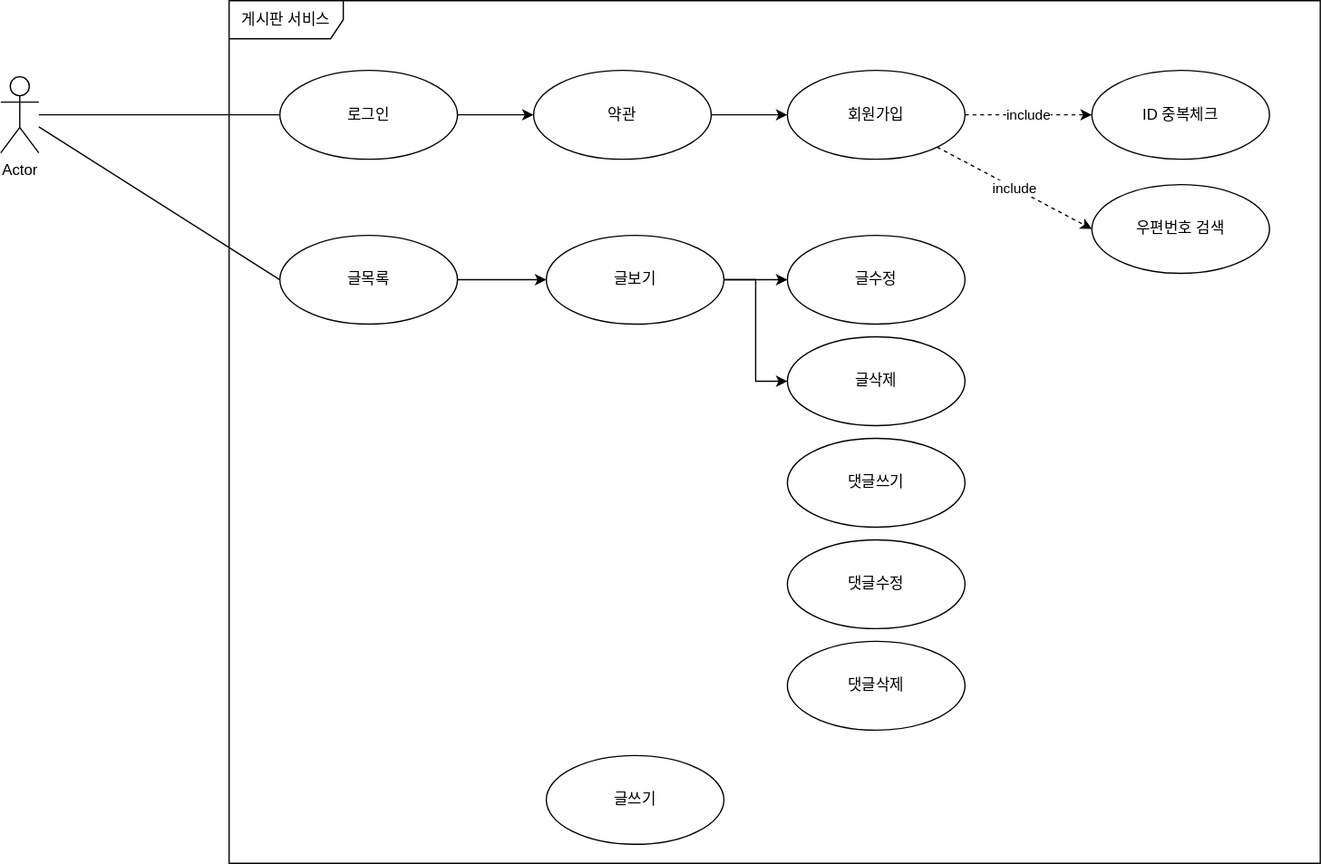
This is Jboard1/게시판 서비스.drawio.svg from kyoungjunkim/JSP, a draw.io export, as it was before one commit. Source tidied: cells renumbered, new cells last; positions are measured from the earlier drawing's top-left corner, leaving out a move shared by most shapes.
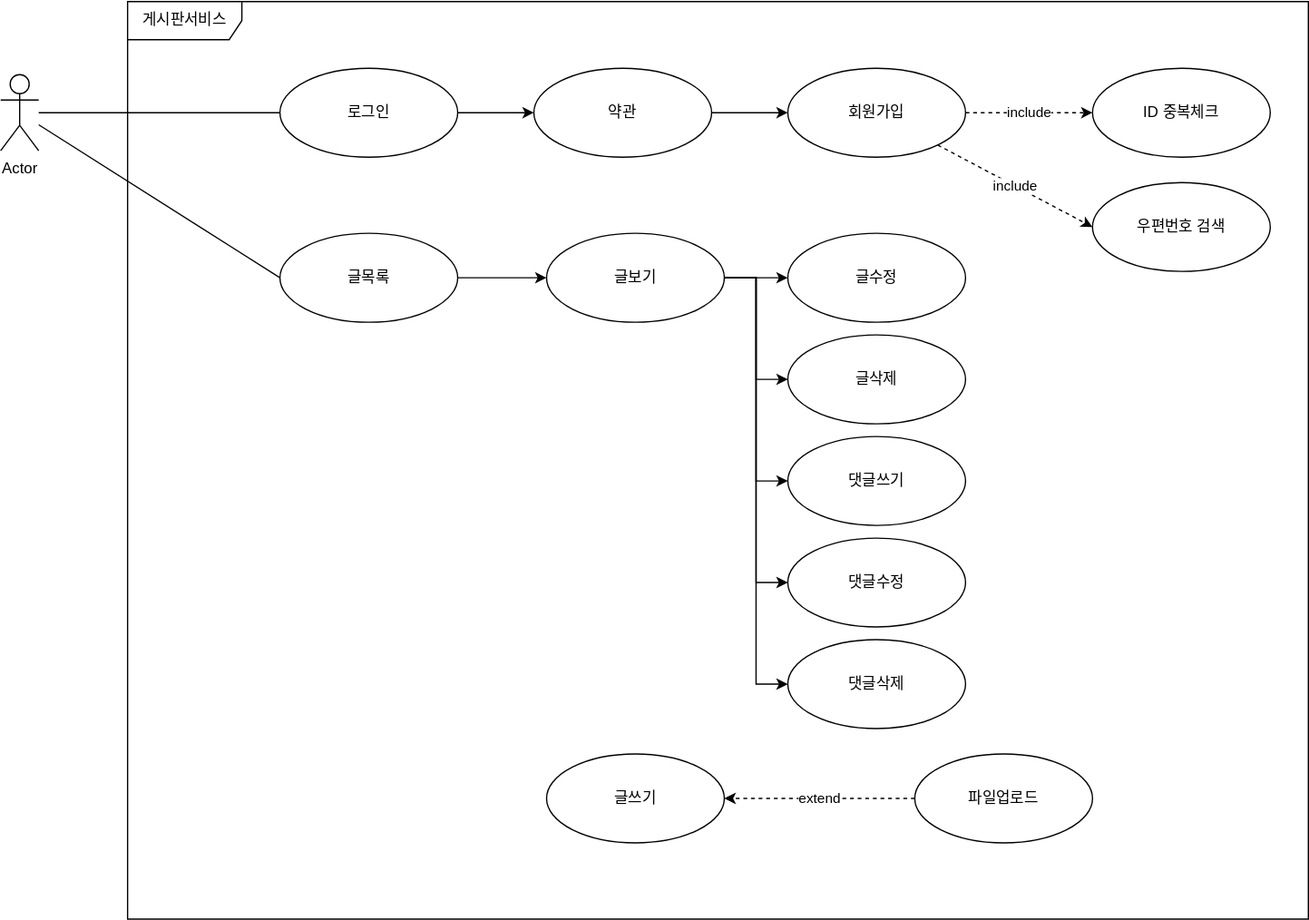
The same file after the commit.

Commit message:
게시판 서비스.drawio.svg 업데이트

Change to the diagram source:
```diff
@@ -11,8 +11,8 @@
     <mxCell id="4" value="Actor" style="shape=umlActor;verticalLabelPosition=bottom;verticalAlign=top;html=1;" parent="1" vertex="1">
       <mxGeometry y="60" width="30" height="60" as="geometry" />
     </mxCell>
-    <mxCell id="5" value="게시판 서비스" style="shape=umlFrame;whiteSpace=wrap;html=1;width=90;height=30;" parent="1" vertex="1">
-      <mxGeometry x="180" width="860" height="680" as="geometry" />
+    <mxCell id="5" value="게시판서비스&lt;br&gt;" style="shape=umlFrame;whiteSpace=wrap;html=1;width=90;height=30;" parent="1" vertex="1">
+      <mxGeometry x="100" y="2.5" width="930" height="722.5" as="geometry" />
     </mxCell>
     <mxCell id="6" style="edgeStyle=none;rounded=0;jettySize=auto;html=1;entryX=0;entryY=0.5;entryDx=0;entryDy=0;endArrow=classic;endFill=1;" parent="1" edge="1" source="7" target="11">
       <mxGeometry relative="1" as="geometry" />
@@ -57,6 +57,15 @@
     <mxCell id="18" style="edgeStyle=orthogonalEdgeStyle;rounded=0;jettySize=auto;html=1;entryX=0;entryY=0.5;entryDx=0;entryDy=0;endArrow=classic;endFill=1;" parent="1" edge="1" source="19" target="22">
       <mxGeometry relative="1" as="geometry" />
     </mxCell>
+    <mxCell id="26" style="edgeStyle=orthogonalEdgeStyle;rounded=0;jettySize=auto;html=1;entryX=0;entryY=0.5;entryDx=0;entryDy=0;" parent="1" edge="1" source="19" target="23">
+      <mxGeometry relative="1" as="geometry" />
+    </mxCell>
+    <mxCell id="27" style="edgeStyle=orthogonalEdgeStyle;rounded=0;jettySize=auto;html=1;entryX=0;entryY=0.5;entryDx=0;entryDy=0;" parent="1" edge="1" source="19" target="24">
+      <mxGeometry relative="1" as="geometry" />
+    </mxCell>
+    <mxCell id="28" style="edgeStyle=orthogonalEdgeStyle;rounded=0;jettySize=auto;html=1;entryX=0;entryY=0.5;entryDx=0;entryDy=0;" parent="1" edge="1" source="19" target="25">
+      <mxGeometry relative="1" as="geometry" />
+    </mxCell>
     <mxCell id="19" value="글보기" style="ellipse;whiteSpace=wrap;html=1;" parent="1" vertex="1">
       <mxGeometry x="430" y="185" width="140" height="70" as="geometry" />
     </mxCell>
@@ -78,5 +87,11 @@
     <mxCell id="25" value="댓글삭제" style="ellipse;whiteSpace=wrap;html=1;" parent="1" vertex="1">
       <mxGeometry x="620" y="505" width="140" height="70" as="geometry" />
     </mxCell>
+    <mxCell id="29" value="extend&lt;br&gt;" style="edgeStyle=orthogonalEdgeStyle;rounded=0;jettySize=auto;html=1;entryX=1;entryY=0.5;entryDx=0;entryDy=0;dashed=1;" parent="1" edge="1" source="30" target="20">
+      <mxGeometry relative="1" as="geometry" />
+    </mxCell>
+    <mxCell id="30" value="파일업로드" style="ellipse;whiteSpace=wrap;html=1;" parent="1" vertex="1">
+      <mxGeometry x="720" y="595" width="140" height="70" as="geometry" />
+    </mxCell>
   </root>
 </mxGraphModel>
```
